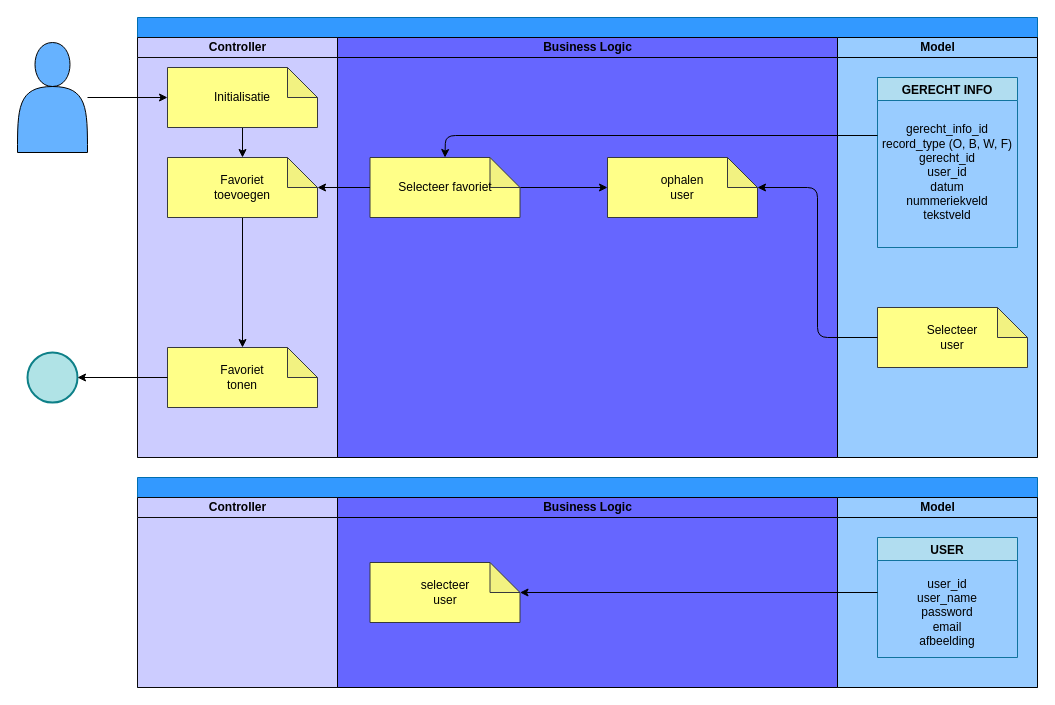
The draw.io diagram ASD_favoriet.drawio in LiekeDeckers/educom-verrukkulluk, before the edit. Source tidied: cells renumbered, new cells numbered last; positions are measured from the earlier drawing's top-left corner, leaving out a move shared by most shapes. Both pictures are drawn from the tidied source at 100%, with x=0, y=0 at pixel (17, 17).
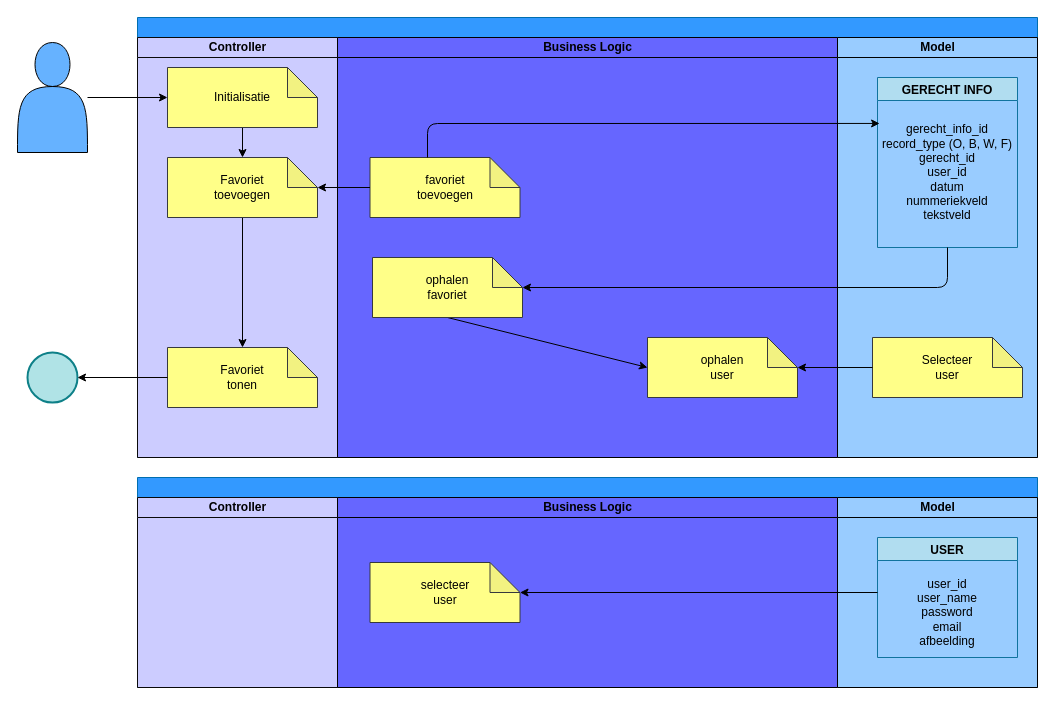
The same diagram, later.

Commit message (it also covers changes not shown here):
ASD favoriet #2

The change refers to these unchanged cells:
```xml
<mxCell id="2" style="swimlane;startSize=20;html=1;fillColor=#3399FF;fontColor=#000000;strokeColor=#006EAF;" parent="1" vertex="1">
  <mxGeometry x="120" width="900" height="440" as="geometry" />
</mxCell>
<mxCell id="9" value="&lt;font color=&quot;#000000&quot;&gt;Business Logic&lt;/font&gt;" style="swimlane;startSize=20;html=1;fillColor=#6666FF;strokeColor=#000000;swimlaneFillColor=#6666FF;fontColor=#ffffff;" parent="2" vertex="1">
  <mxGeometry x="200" y="20" width="500" height="420" as="geometry" />
</mxCell>
<mxCell id="13" value="&lt;font color=&quot;#000000&quot;&gt;Model&lt;/font&gt;" style="swimlane;startSize=20;html=1;fillColor=#99CCFF;swimlaneFillColor=#99CCFF;strokeColor=#000000;" parent="2" vertex="1">
  <mxGeometry x="700" y="20" width="200" height="420" as="geometry" />
</mxCell>
<mxCell id="16" value="&lt;font color=&quot;#000000&quot;&gt;gerecht_info_id&lt;br&gt;record_type (O, B, W, F)&lt;br&gt;gerecht_id&lt;br&gt;user_id&lt;br&gt;datum&lt;br&gt;nummeriekveld&lt;br&gt;tekstveld&lt;br&gt;&lt;/font&gt;" style="text;html=1;strokeColor=none;fillColor=none;align=center;verticalAlign=middle;whiteSpace=wrap;rounded=0;" parent="13" vertex="1">
  <mxGeometry x="40" y="60" width="140" height="150" as="geometry" />
</mxCell>
```

The edit, as a diff of the source:
```diff
@@
-    <mxCell id="10" style="edgeStyle=none;html=1;exitX=0;exitY=0;exitDx=150;exitDy=30;exitPerimeter=0;strokeColor=#000000;fontColor=#000000;" parent="9" edge="1" source="11">
-      <mxGeometry relative="1" as="geometry">
-        <mxPoint x="270" y="150" as="targetPoint" />
-      </mxGeometry>
-    </mxCell>
-    <mxCell id="11" value="&lt;font color=&quot;#000000&quot;&gt;Selecteer favoriet&lt;/font&gt;" style="shape=note;whiteSpace=wrap;html=1;backgroundOutline=1;darkOpacity=0.05;strokeColor=#36393d;fillColor=#ffff88;" parent="9" vertex="1">
+    <mxCell id="11" value="&lt;font color=&quot;#000000&quot;&gt;favoriet&lt;br&gt;toevoegen&lt;br&gt;&lt;/font&gt;" style="shape=note;whiteSpace=wrap;html=1;backgroundOutline=1;darkOpacity=0.05;strokeColor=#36393d;fillColor=#ffff88;" parent="9" vertex="1">
       <mxGeometry x="32.5" y="120" width="150" height="60" as="geometry" />
     </mxCell>
     <mxCell id="12" value="&lt;font color=&quot;#000000&quot;&gt;ophalen&lt;br&gt;user&lt;/font&gt;" style="shape=note;whiteSpace=wrap;html=1;backgroundOutline=1;darkOpacity=0.05;strokeColor=#36393d;fillColor=#ffff88;" parent="9" vertex="1">
-      <mxGeometry x="270" y="120" width="150" height="60" as="geometry" />
+      <mxGeometry x="310" y="300" width="150" height="60" as="geometry" />
     </mxCell>
+    <mxCell id="32" style="edgeStyle=none;html=1;entryX=0;entryY=0.5;entryDx=0;entryDy=0;entryPerimeter=0;strokeColor=#000000;exitX=0.5;exitY=1;exitDx=0;exitDy=0;exitPerimeter=0;" parent="9" edge="1" source="33" target="12">
+      <mxGeometry relative="1" as="geometry" />
+    </mxCell>
+    <mxCell id="33" value="&lt;font color=&quot;#000000&quot;&gt;ophalen&lt;br&gt;favoriet&lt;br&gt;&lt;/font&gt;" style="shape=note;whiteSpace=wrap;html=1;backgroundOutline=1;darkOpacity=0.05;strokeColor=#36393d;fillColor=#ffff88;" parent="9" vertex="1">
+      <mxGeometry x="35" y="220" width="150" height="60" as="geometry" />
+    </mxCell>
@@
     <mxCell id="15" value="&lt;font color=&quot;#000000&quot;&gt;Selecteer&lt;br&gt;user&lt;br&gt;&lt;/font&gt;" style="shape=note;whiteSpace=wrap;html=1;backgroundOutline=1;darkOpacity=0.05;strokeColor=#36393d;fillColor=#ffff88;" parent="13" vertex="1">
-      <mxGeometry x="40" y="270" width="150" height="60" as="geometry" />
+      <mxGeometry x="35" y="300" width="150" height="60" as="geometry" />
     </mxCell>
@@
-    <mxCell id="17" style="edgeStyle=none;html=1;entryX=0.5;entryY=0;entryDx=0;entryDy=0;entryPerimeter=0;strokeColor=#000000;fontColor=#000000;" parent="2" edge="1" target="11">
-      <mxGeometry relative="1" as="geometry">
-        <mxPoint x="740" y="118" as="sourcePoint" />
-        <Array as="points">
-          <mxPoint x="308" y="118" />
-        </Array>
-      </mxGeometry>
-    </mxCell>
@@
+    <mxCell id="34" style="edgeStyle=none;html=1;entryX=0.015;entryY=0.173;entryDx=0;entryDy=0;entryPerimeter=0;strokeColor=#000000;" parent="2" edge="1" target="16">
+      <mxGeometry relative="1" as="geometry">
+        <mxPoint x="290" y="140" as="sourcePoint" />
+        <Array as="points">
+          <mxPoint x="290" y="106" />
+        </Array>
+      </mxGeometry>
+    </mxCell>
+    <mxCell id="35" style="edgeStyle=none;html=1;exitX=0.5;exitY=1;exitDx=0;exitDy=0;entryX=0;entryY=0;entryDx=150;entryDy=30;entryPerimeter=0;strokeColor=#000000;" parent="2" edge="1" source="16" target="33">
+      <mxGeometry relative="1" as="geometry">
+        <Array as="points">
+          <mxPoint x="810" y="270" />
+        </Array>
+      </mxGeometry>
+    </mxCell>
-    <mxCell id="19" style="edgeStyle=none;html=1;strokeColor=#000000;fontColor=#000000;entryX=0;entryY=0;entryDx=150;entryDy=30;entryPerimeter=0;exitX=0;exitY=0.5;exitDx=0;exitDy=0;exitPerimeter=0;" parent="2" edge="1" source="15" target="12">
-      <mxGeometry relative="1" as="geometry">
-        <Array as="points">
-          <mxPoint x="680" y="320" />
-          <mxPoint x="680" y="170" />
-        </Array>
-      </mxGeometry>
+    <mxCell id="19" style="edgeStyle=none;html=1;strokeColor=#000000;" parent="2" edge="1" source="15" target="12">
+      <mxGeometry relative="1" as="geometry" />
     </mxCell>
```
